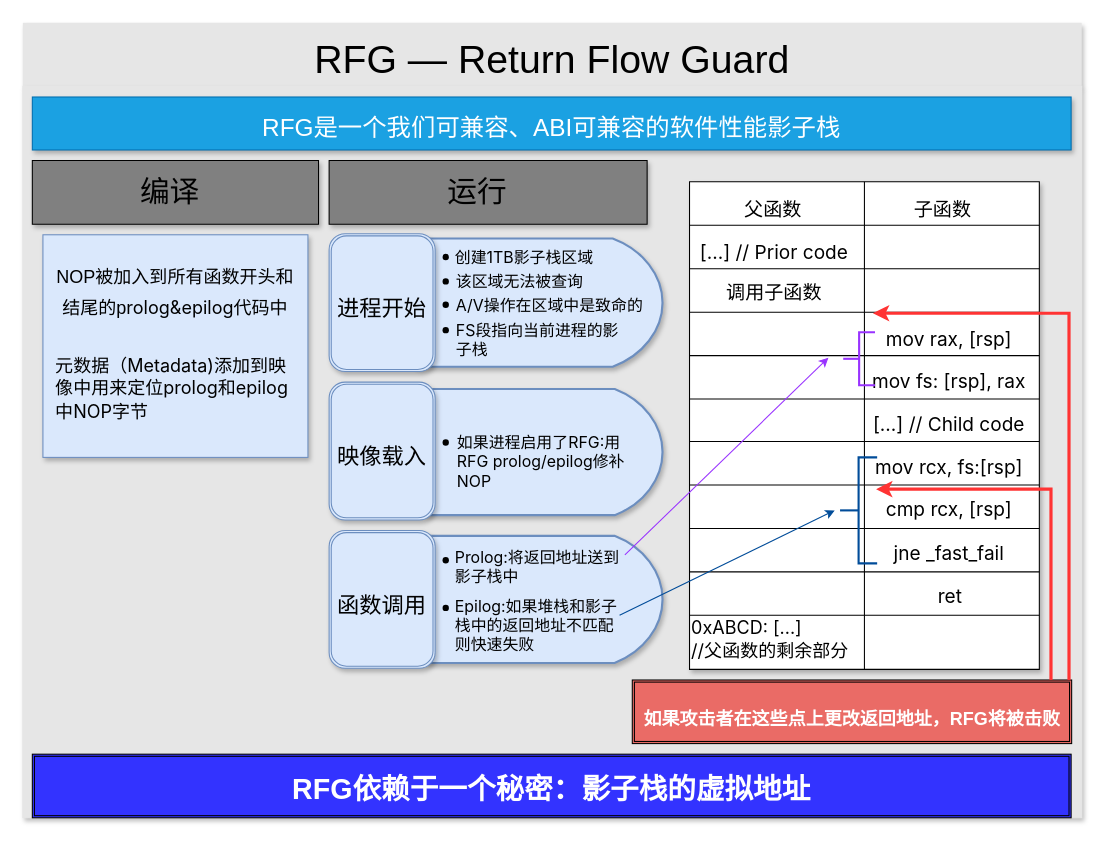
The draw.io diagram Untitled Diagram5.drawio in ZKX64/Textbook-graph, before the edit. Source tidied: cells renumbered, new cells numbered last; positions are measured from the earlier drawing's top-left corner, leaving out a move shared by most shapes. Both pictures are drawn from the tidied source at 106%, with x=0, y=0 at pixel (22, 22).
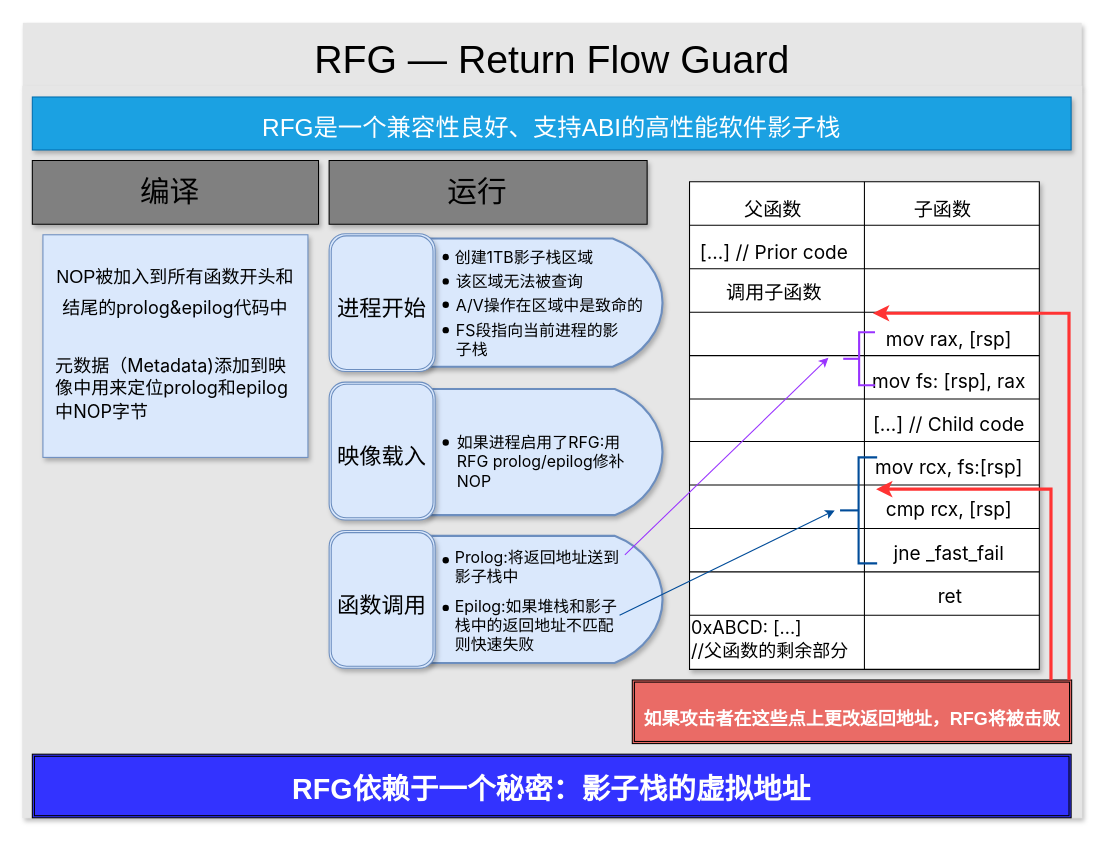
The same diagram, later.

Change to the diagram source:
```diff
@@
-    <mxCell id="4" value="&lt;font style=&quot;font-size: 23px;&quot;&gt;RFG是一个我们可兼容、ABI可兼容的软件性能影子栈&lt;/font&gt;" style="whiteSpace=wrap;html=1;shadow=1;glass=0;sketch=0;strokeColor=#006EAF;fontSize=37;fillColor=#1ba1e2;fontColor=#ffffff;" parent="1" vertex="1">
+    <mxCell id="4" value="&lt;font style=&quot;font-size: 23px;&quot;&gt;RFG是一个兼容性良好、支持ABI的高性能软件影子栈&lt;/font&gt;" style="whiteSpace=wrap;html=1;shadow=1;glass=0;sketch=0;strokeColor=#006EAF;fontSize=37;fillColor=#1ba1e2;fontColor=#ffffff;" parent="1" vertex="1">
       <mxGeometry x="9" y="70" width="980" height="50" as="geometry" />
     </mxCell>
```
